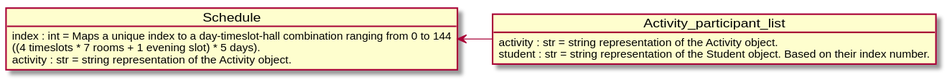
Before: images/ModelDiagram.svg, a diagram exported from PlantUML (11907223/Lesroosters). Source of this version:
```plantuml
@startuml ModelDiagram

object Schedule{
    {field} index : int = Maps a unique index to a day-timeslot-hall combination ranging from 0 to 144
        ((4 timeslots * 7 rooms + 1 evening slot) * 5 days).
    activity : str = string representation of the Activity object.
}

object Activity_participant_list{
    activity : str = string representation of the Activity object.
    student : str = string representation of the Student object. Based on their index number.
}

Schedule <- Activity_participant_list

@enduml
```
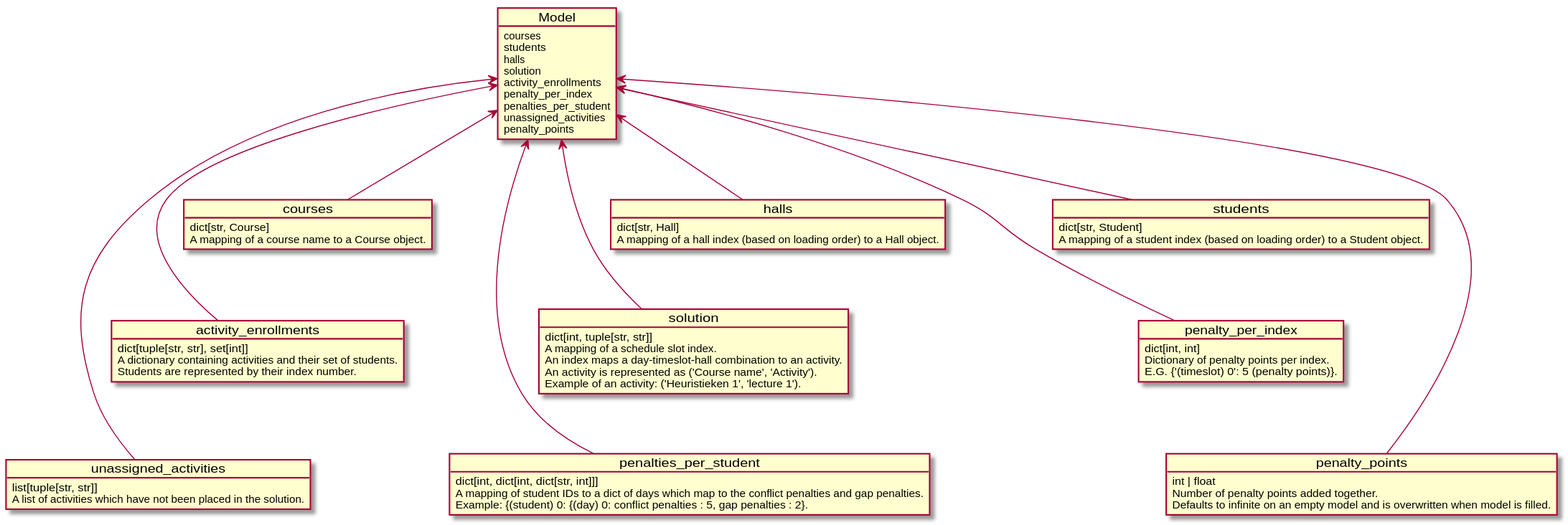
Later version of the same file.

The edit, as a diff of the source:
```diff
@@ -1,16 +1,83 @@
 @startuml ModelDiagram
 
-object Schedule{
-    {field} index : int = Maps a unique index to a day-timeslot-hall combination ranging from 0 to 144
-        ((4 timeslots * 7 rooms + 1 evening slot) * 5 days).
-    activity : str = string representation of the Activity object.
+object Model{
+    courses
+    students
+    halls
+    solution
+    activity_enrollments
+    penalty_per_index
+    penalties_per_student
+    unassigned_activities
+    penalty_points
 }
 
-object Activity_participant_list{
-    activity : str = string representation of the Activity object.
-    student : str = string representation of the Student object. Based on their index number.
+object courses{
+    dict[str, Course]
+    A mapping of a course name to a Course object.
 }
 
-Schedule <- Activity_participant_list
+object students{
+    dict[str, Student]
+    A mapping of a student index (based on loading order) to a Student object.
+}
+
+object halls{
+    dict[str, Hall]
+    A mapping of a hall index (based on loading order) to a Hall object.
+}
+
+object solution{
+    dict[int, tuple[str, str]]
+    A mapping of a schedule slot index.
+    An index maps a day-timeslot-hall combination to an activity.
+    {field} An activity is represented as ('Course name', 'Activity').
+    {field} Example of an activity: ('Heuristieken 1', 'lecture 1').
+}
+
+object activity_enrollments{
+    dict[tuple[str, str], set[int]]
+    A dictionary containing activities and their set of students.
+    Students are represented by their index number.
+}
+
+object penalty_per_index{
+    dict[int, int]
+    Dictionary of penalty points per index.
+    E.G. {'(timeslot) 0': 5 (penalty points)}.
+}
+
+object penalties_per_student{
+    dict[int, dict[int, dict[str, int]]]
+    A mapping of student IDs to a dict of days which map to the conflict penalties and gap penalties.
+    Example: {(student) 0: {(day) 0: conflict penalties : 5, gap penalties : 2}.
+}
+
+object unassigned_activities{
+    list[tuple[str, str]]
+    A list of activities which have not been placed in the solution.
+}
+
+object penalty_points{
+    int | float
+    Number of penalty points added together.
+     Defaults to infinite on an empty model and is overwritten when model is filled.
+}
+
+Model <-up- courses
+Model <-up- students
+Model <-up- halls
+halls <-[hidden]- solution
+Model <-up- solution
+courses <-[hidden]- activity_enrollments
+Model <-up- activity_enrollments
+students <-[hidden]- penalty_per_index
+Model <-up- penalty_per_index
+solution <-[hidden]- penalties_per_student
+Model <-up- penalties_per_student
+activity_enrollments <-[hidden]- unassigned_activities
+Model <-up- unassigned_activities
+penalty_per_index <-[hidden]- penalty_points
+Model <-up- penalty_points
 
 @enduml
```
